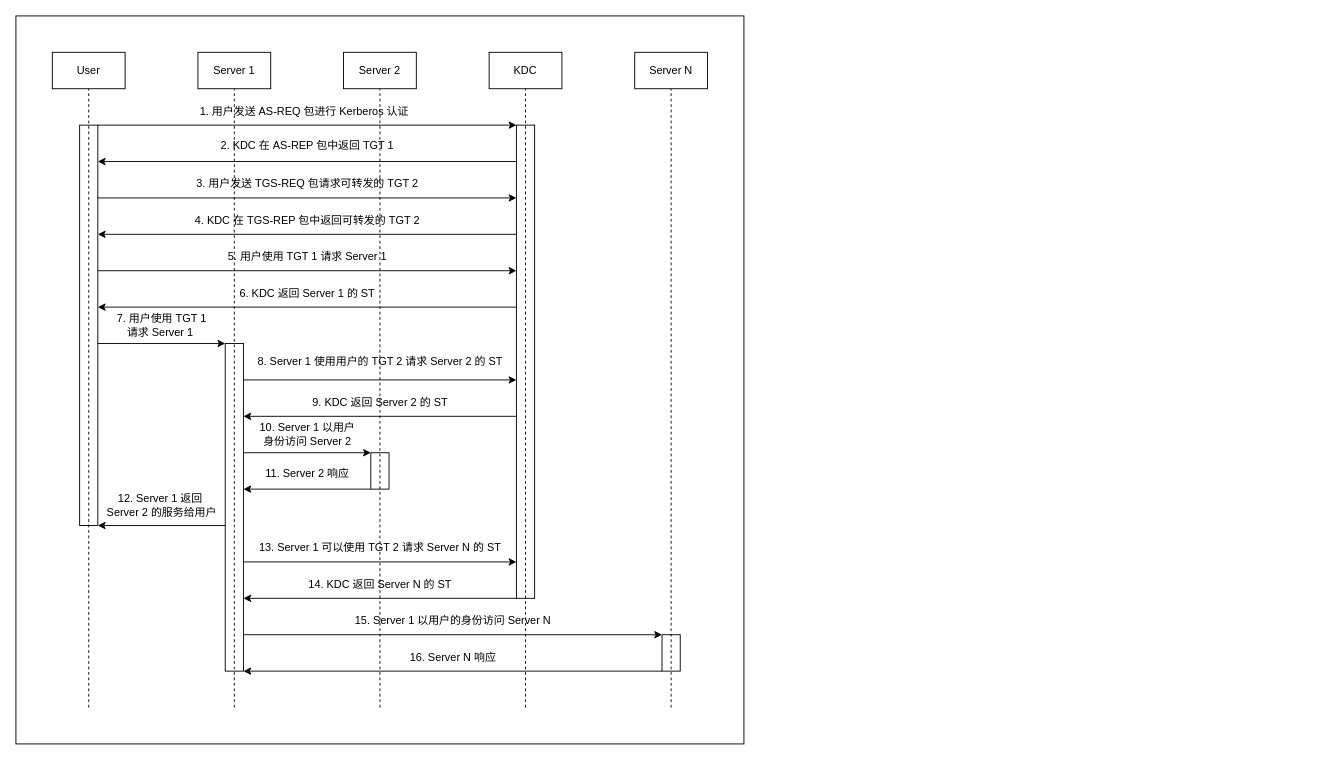
Before: draw.io/委派.drawio in fermionorz/image-hosting, a draw.io diagram. Source tidied: cells renumbered, new cells numbered last; positions are measured from the earlier drawing's top-left corner, leaving out a move shared by most shapes. Both pictures are drawn from the tidied source at 91%, with x=0, y=0 at pixel (15, 15).
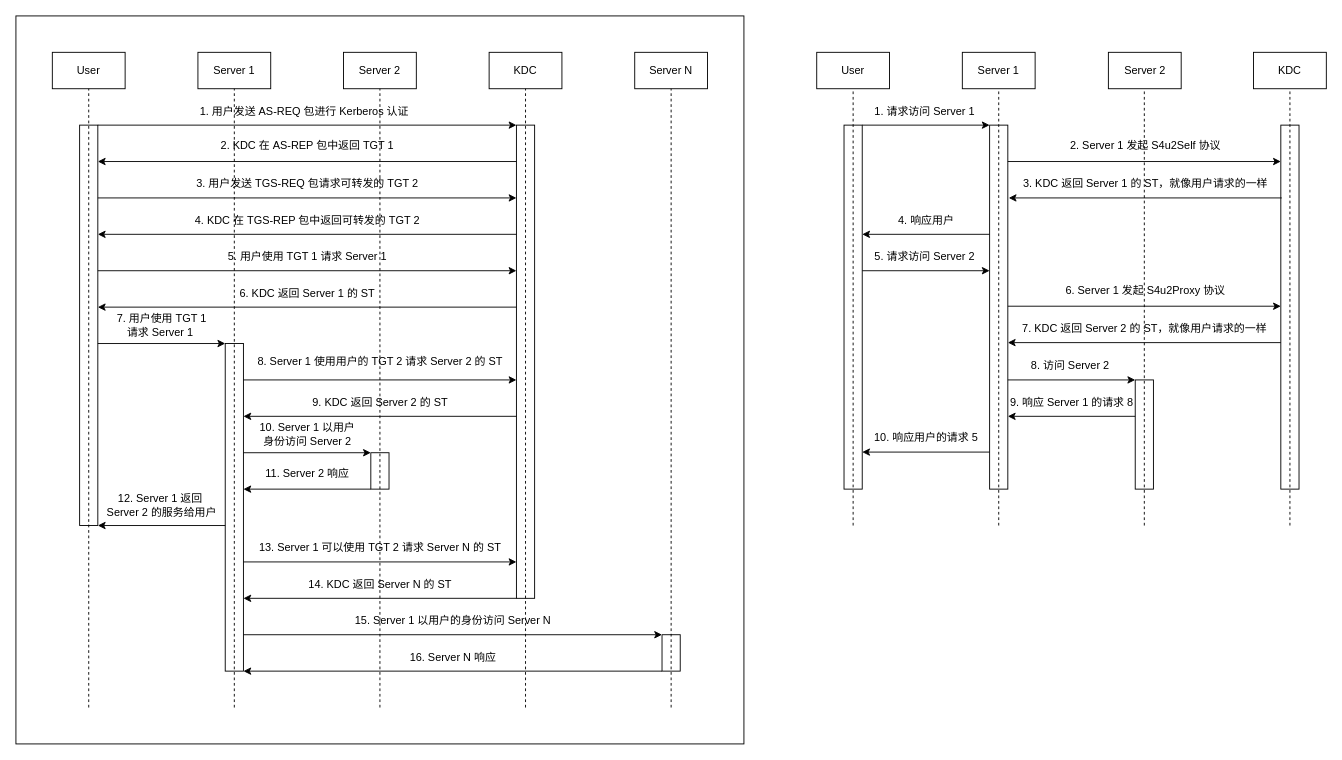
Above is the later version.

Diff of the diagram source:
```diff
@@
+    <mxCell id="50" style="rounded=0;whiteSpace=wrap;html=1;" parent="1" vertex="1">
+      <mxGeometry x="1390" y="120" width="20" height="400" as="geometry" />
+    </mxCell>
+    <mxCell id="51" style="rounded=0;whiteSpace=wrap;html=1;" parent="1" vertex="1">
+      <mxGeometry x="1230" y="400" width="20" height="120" as="geometry" />
+    </mxCell>
+    <mxCell id="52" style="rounded=0;whiteSpace=wrap;html=1;" parent="1" vertex="1">
+      <mxGeometry x="1070" y="120" width="20" height="400" as="geometry" />
+    </mxCell>
+    <mxCell id="53" style="rounded=0;whiteSpace=wrap;html=1;" parent="1" vertex="1">
+      <mxGeometry x="910" y="120" width="20" height="400" as="geometry" />
+    </mxCell>
@@
+    <mxCell id="54" value="User" style="rounded=0;whiteSpace=wrap;html=1;" parent="1" vertex="1">
+      <mxGeometry x="880" y="40" width="80" height="40" as="geometry" />
+    </mxCell>
+    <mxCell id="55" value="Server 1" style="rounded=0;whiteSpace=wrap;html=1;" parent="1" vertex="1">
+      <mxGeometry x="1040" y="40" width="80" height="40" as="geometry" />
+    </mxCell>
+    <mxCell id="56" value="Server 2" style="rounded=0;whiteSpace=wrap;html=1;" parent="1" vertex="1">
+      <mxGeometry x="1200.5" y="40" width="80" height="40" as="geometry" />
+    </mxCell>
+    <mxCell id="57" value="KDC" style="rounded=0;whiteSpace=wrap;html=1;" parent="1" vertex="1">
+      <mxGeometry x="1360" y="40" width="80" height="40" as="geometry" />
+    </mxCell>
+    <mxCell id="58" style="endArrow=none;dashed=1;html=1;rounded=0;entryX=0.5;entryY=1;entryDx=0;entryDy=0;" parent="1" edge="1" target="54">
+      <mxGeometry relative="1" as="geometry">
+        <mxPoint x="920" y="560" as="sourcePoint" />
+      </mxGeometry>
+    </mxCell>
+    <mxCell id="59" style="endArrow=none;dashed=1;html=1;rounded=0;entryX=0.5;entryY=1;entryDx=0;entryDy=0;" parent="1" edge="1" target="55">
+      <mxGeometry relative="1" as="geometry">
+        <mxPoint x="1080" y="560" as="sourcePoint" />
+      </mxGeometry>
+    </mxCell>
+    <mxCell id="60" style="endArrow=classic;html=1;rounded=0;" parent="1" edge="1">
+      <mxGeometry relative="1" as="geometry">
+        <mxPoint x="930" y="120" as="sourcePoint" />
+        <mxPoint x="1070" y="120" as="targetPoint" />
+      </mxGeometry>
+    </mxCell>
+    <mxCell id="61" value="1. 请求访问 Server 1&amp;nbsp; " style="text;html=1;align=center;verticalAlign=middle;strokeColor=none;fillColor=none;" parent="1" vertex="1">
+      <mxGeometry x="930" y="90" width="140" height="30" as="geometry" />
+    </mxCell>
+    <mxCell id="62" style="endArrow=none;dashed=1;html=1;rounded=0;" parent="1" edge="1">
+      <mxGeometry relative="1" as="geometry">
+        <mxPoint x="1240" y="560" as="sourcePoint" />
+        <mxPoint x="1240" y="80" as="targetPoint" />
+      </mxGeometry>
+    </mxCell>
+    <mxCell id="63" style="endArrow=none;dashed=1;html=1;rounded=0;entryX=0.5;entryY=1;entryDx=0;entryDy=0;" parent="1" edge="1" target="57">
+      <mxGeometry relative="1" as="geometry">
+        <mxPoint x="1400" y="560" as="sourcePoint" />
+      </mxGeometry>
+    </mxCell>
+    <mxCell id="64" style="endArrow=classic;html=1;rounded=0;" parent="1" edge="1">
+      <mxGeometry relative="1" as="geometry">
+        <mxPoint x="1090" y="160" as="sourcePoint" />
+        <mxPoint x="1390" y="160" as="targetPoint" />
+      </mxGeometry>
+    </mxCell>
+    <mxCell id="65" value="2. Server 1 发起 S4u2Self 协议" style="text;html=1;align=center;verticalAlign=middle;strokeColor=none;fillColor=none;" parent="1" vertex="1">
+      <mxGeometry x="1145.5" y="128" width="190" height="30" as="geometry" />
+    </mxCell>
+    <mxCell id="66" style="endArrow=classic;html=1;rounded=0;entryX=1.019;entryY=0.235;entryDx=0;entryDy=0;entryPerimeter=0;" parent="1" edge="1">
+      <mxGeometry relative="1" as="geometry">
+        <mxPoint x="1391" y="200" as="sourcePoint" />
+        <mxPoint x="1091" y="200" as="targetPoint" />
+      </mxGeometry>
+    </mxCell>
+    <mxCell id="67" value="3. KDC 返回 Server 1 的 ST，就像用户请求的一样" style="text;html=1;align=center;verticalAlign=middle;strokeColor=none;fillColor=none;" parent="1" vertex="1">
+      <mxGeometry x="1095.5" y="170" width="290" height="30" as="geometry" />
+    </mxCell>
+    <mxCell id="68" style="endArrow=classic;html=1;rounded=0;entryX=1.019;entryY=0.235;entryDx=0;entryDy=0;entryPerimeter=0;" parent="1" edge="1">
+      <mxGeometry relative="1" as="geometry">
+        <mxPoint x="1070" y="240" as="sourcePoint" />
+        <mxPoint x="930" y="240" as="targetPoint" />
+      </mxGeometry>
+    </mxCell>
+    <mxCell id="69" value="4. 响应用户" style="text;html=1;align=center;verticalAlign=middle;strokeColor=none;fillColor=none;" parent="1" vertex="1">
+      <mxGeometry x="960" y="210" width="80" height="30" as="geometry" />
+    </mxCell>
+    <mxCell id="70" style="endArrow=classic;html=1;rounded=0;" parent="1" edge="1">
+      <mxGeometry relative="1" as="geometry">
+        <mxPoint x="930" y="280" as="sourcePoint" />
+        <mxPoint x="1070" y="280" as="targetPoint" />
+      </mxGeometry>
+    </mxCell>
+    <mxCell id="71" value="5. 请求访问 Server 2&amp;nbsp; " style="text;html=1;align=center;verticalAlign=middle;strokeColor=none;fillColor=none;" parent="1" vertex="1">
+      <mxGeometry x="930" y="250" width="140" height="30" as="geometry" />
+    </mxCell>
+    <mxCell id="72" style="endArrow=classic;html=1;rounded=0;" parent="1" edge="1">
+      <mxGeometry relative="1" as="geometry">
+        <mxPoint x="1090" y="319" as="sourcePoint" />
+        <mxPoint x="1390" y="319" as="targetPoint" />
+      </mxGeometry>
+    </mxCell>
+    <mxCell id="73" value="6. Server 1 发起 S4u2Proxy 协议" style="text;html=1;align=center;verticalAlign=middle;strokeColor=none;fillColor=none;" parent="1" vertex="1">
+      <mxGeometry x="1140.5" y="287" width="200" height="30" as="geometry" />
+    </mxCell>
+    <mxCell id="74" style="endArrow=classic;html=1;rounded=0;entryX=1.019;entryY=0.235;entryDx=0;entryDy=0;entryPerimeter=0;" parent="1" edge="1">
+      <mxGeometry relative="1" as="geometry">
+        <mxPoint x="1390" y="359" as="sourcePoint" />
+        <mxPoint x="1090" y="359" as="targetPoint" />
+      </mxGeometry>
+    </mxCell>
+    <mxCell id="75" value="7. KDC 返回 Server 2 的 ST，就像用户请求的一样" style="text;html=1;align=center;verticalAlign=middle;strokeColor=none;fillColor=none;" parent="1" vertex="1">
+      <mxGeometry x="1094.5" y="329" width="290" height="30" as="geometry" />
+    </mxCell>
+    <mxCell id="76" style="endArrow=classic;html=1;rounded=0;" parent="1" edge="1">
+      <mxGeometry relative="1" as="geometry">
+        <mxPoint x="1090" y="400" as="sourcePoint" />
+        <mxPoint x="1230" y="400" as="targetPoint" />
+      </mxGeometry>
+    </mxCell>
+    <mxCell id="77" value="8. 访问 Server 2&amp;nbsp; " style="text;html=1;align=center;verticalAlign=middle;strokeColor=none;fillColor=none;" parent="1" vertex="1">
+      <mxGeometry x="1105" y="370" width="110" height="30" as="geometry" />
+    </mxCell>
+    <mxCell id="78" style="endArrow=classic;html=1;rounded=0;entryX=1.019;entryY=0.235;entryDx=0;entryDy=0;entryPerimeter=0;" parent="1" edge="1">
+      <mxGeometry relative="1" as="geometry">
+        <mxPoint x="1230" y="440" as="sourcePoint" />
+        <mxPoint x="1090" y="440" as="targetPoint" />
+      </mxGeometry>
+    </mxCell>
+    <mxCell id="79" value="9. 响应 Server 1 的请求 8" style="text;html=1;align=center;verticalAlign=middle;strokeColor=none;fillColor=none;" parent="1" vertex="1">
+      <mxGeometry x="1080" y="410" width="160" height="30" as="geometry" />
+    </mxCell>
+    <mxCell id="80" style="endArrow=classic;html=1;rounded=0;entryX=1.019;entryY=0.235;entryDx=0;entryDy=0;entryPerimeter=0;" parent="1" edge="1">
+      <mxGeometry relative="1" as="geometry">
+        <mxPoint x="1070" y="479.3" as="sourcePoint" />
+        <mxPoint x="930" y="479.3" as="targetPoint" />
+      </mxGeometry>
+    </mxCell>
+    <mxCell id="81" value="10. 响应用户的请求 5" style="text;html=1;align=center;verticalAlign=middle;strokeColor=none;fillColor=none;" parent="1" vertex="1">
+      <mxGeometry x="930" y="449.3" width="140" height="30" as="geometry" />
+    </mxCell>
```
